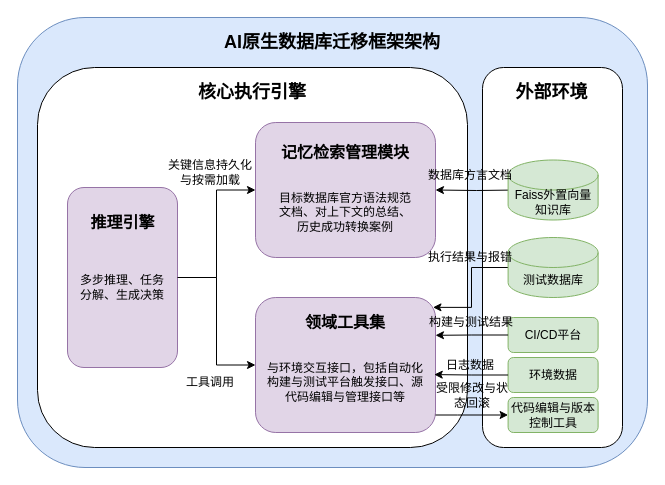
This is drawioFile/ai原生智能体框架架构.drawio from Olive-2019/drawio-source, a draw.io file, before an edit. Source tidied: cells renumbered, new cells numbered last; positions are measured from the earlier drawing's top-left corner, leaving out a move shared by most shapes. Both pictures are drawn from the tidied source at 100%, with x=0, y=0 at pixel (17, 17).
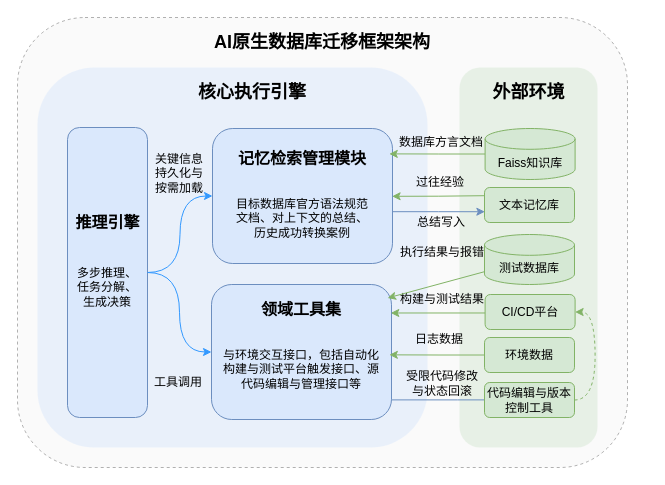
The same page after the edit.

Commit message:
更新ai原生智能体框架架构.drawio

The edit, as a diff of the source:
```diff
@@
-    <mxCell id="2" style="rounded=1;whiteSpace=wrap;html=1;fillColor=#dae8fc;strokeColor=#6c8ebf;" parent="1" vertex="1">
-      <mxGeometry width="630" height="450" as="geometry" />
+    <mxCell id="2" style="rounded=1;whiteSpace=wrap;html=1;fillColor=#f5f5f5;strokeColor=#666666;opacity=50;dashed=1;fontColor=#333333;" parent="1" vertex="1">
+      <mxGeometry width="610" height="450" as="geometry" />
     </mxCell>
-    <mxCell id="3" style="rounded=1;whiteSpace=wrap;html=1;" parent="1" vertex="1">
-      <mxGeometry x="20" y="50" width="430" height="380" as="geometry" />
+    <mxCell id="3" style="rounded=1;whiteSpace=wrap;html=1;fillColor=#dae8fc;strokeColor=none;opacity=50;" parent="1" vertex="1">
+      <mxGeometry x="20" y="50" width="390" height="380" as="geometry" />
     </mxCell>
@@
-    <mxCell id="5" style="edgeStyle=orthogonalEdgeStyle;rounded=0;jettySize=auto;html=1;entryX=0;entryY=0.5;entryDx=0;entryDy=0;" parent="1" edge="1" source="6" target="12">
+    <mxCell id="5" style="edgeStyle=orthogonalEdgeStyle;rounded=0;jettySize=auto;html=1;entryX=0;entryY=0.5;entryDx=0;entryDy=0;strokeColor=#3399FF;curved=1;" parent="1" edge="1" source="6" target="12">
       <mxGeometry relative="1" as="geometry" />
     </mxCell>
-    <mxCell id="6" style="rounded=1;whiteSpace=wrap;html=1;fillColor=#e1d5e7;strokeColor=#9673a6;" parent="1" vertex="1">
-      <mxGeometry x="50" y="170" width="110" height="180" as="geometry" />
+    <mxCell id="6" style="rounded=1;whiteSpace=wrap;html=1;fillColor=#dae8fc;strokeColor=#6c8ebf;" parent="1" vertex="1">
+      <mxGeometry x="50" y="110" width="80" height="290" as="geometry" />
     </mxCell>
     <mxCell id="7" value="推理引擎" style="text;html=1;whiteSpace=wrap;strokeColor=none;fillColor=none;align=center;verticalAlign=middle;rounded=0;fontSize=16;fontStyle=1;" parent="1" vertex="1">
-      <mxGeometry x="62.5" y="190" width="85" height="30" as="geometry" />
+      <mxGeometry x="47.5" y="190" width="85" height="30" as="geometry" />
     </mxCell>
     <mxCell id="8" value="多步推理、任务分解、生成决策" style="text;html=1;whiteSpace=wrap;strokeColor=none;fillColor=none;align=center;verticalAlign=middle;rounded=0;" parent="1" vertex="1">
-      <mxGeometry x="60" y="255" width="90" height="30" as="geometry" />
+      <mxGeometry x="55" y="255" width="70" height="30" as="geometry" />
     </mxCell>
-    <mxCell id="9" style="rounded=1;whiteSpace=wrap;html=1;fillColor=#e1d5e7;strokeColor=#9673a6;" parent="1" vertex="1">
-      <mxGeometry x="238" y="105" width="180" height="135" as="geometry" />
+    <mxCell id="9" style="rounded=1;whiteSpace=wrap;html=1;fillColor=#dae8fc;strokeColor=#6c8ebf;" parent="1" vertex="1">
+      <mxGeometry x="195" y="111" width="180" height="135" as="geometry" />
     </mxCell>
     <mxCell id="10" value="记忆检索管理模块" style="text;html=1;whiteSpace=wrap;strokeColor=none;fillColor=none;align=center;verticalAlign=middle;rounded=0;fontSize=16;fontStyle=1;" parent="1" vertex="1">
-      <mxGeometry x="263" y="120" width="130" height="30" as="geometry" />
+      <mxGeometry x="220" y="126" width="130" height="30" as="geometry" />
     </mxCell>
     <mxCell id="11" value="目标数据库官方语法规范文档、对上下文的总结、历史成功转换案例" style="text;html=1;whiteSpace=wrap;strokeColor=none;fillColor=none;align=center;verticalAlign=middle;rounded=0;" parent="1" vertex="1">
-      <mxGeometry x="258" y="180" width="140" height="30" as="geometry" />
+      <mxGeometry x="215" y="186" width="140" height="30" as="geometry" />
     </mxCell>
-    <mxCell id="12" style="rounded=1;whiteSpace=wrap;html=1;fillColor=#e1d5e7;strokeColor=#9673a6;" parent="1" vertex="1">
-      <mxGeometry x="238" y="280" width="180" height="135" as="geometry" />
+    <mxCell id="12" style="rounded=1;whiteSpace=wrap;html=1;fillColor=#dae8fc;strokeColor=#6c8ebf;" parent="1" vertex="1">
+      <mxGeometry x="194" y="267" width="180" height="135" as="geometry" />
     </mxCell>
     <mxCell id="13" value="领域工具集" style="text;html=1;whiteSpace=wrap;strokeColor=none;fillColor=none;align=center;verticalAlign=middle;rounded=0;fontSize=16;fontStyle=1;" parent="1" vertex="1">
-      <mxGeometry x="278" y="290" width="100" height="30" as="geometry" />
+      <mxGeometry x="234" y="277" width="100" height="30" as="geometry" />
     </mxCell>
     <mxCell id="14" value="与环境交互接口，包括自动化构建与测试平台触发接口、源代码编辑与管理接口等" style="text;html=1;whiteSpace=wrap;strokeColor=none;fillColor=none;align=center;verticalAlign=middle;rounded=0;" parent="1" vertex="1">
-      <mxGeometry x="248" y="350" width="160" height="30" as="geometry" />
+      <mxGeometry x="204" y="337" width="160" height="30" as="geometry" />
     </mxCell>
-    <mxCell id="15" style="endArrow=classic;html=1;rounded=0;exitX=1;exitY=0.5;exitDx=0;exitDy=0;edgeStyle=orthogonalEdgeStyle;" parent="1" edge="1" source="6" target="9">
+    <mxCell id="15" style="endArrow=classic;html=1;rounded=0;exitX=1;exitY=0.5;exitDx=0;exitDy=0;edgeStyle=orthogonalEdgeStyle;strokeColor=#3399FF;curved=1;" parent="1" edge="1" source="6" target="9">
       <mxGeometry relative="1" as="geometry" />
     </mxCell>
     <mxCell id="16" value="关键信息持久化与按需加载" style="text;html=1;whiteSpace=wrap;strokeColor=none;fillColor=none;align=center;verticalAlign=middle;rounded=0;" parent="1" vertex="1">
-      <mxGeometry x="148" y="140" width="90" height="30" as="geometry" />
+      <mxGeometry x="132.5" y="142.5" width="57.5" height="27.5" as="geometry" />
     </mxCell>
     <mxCell id="17" value="工具调用" style="text;html=1;whiteSpace=wrap;strokeColor=none;fillColor=none;align=center;verticalAlign=middle;rounded=0;" parent="1" vertex="1">
-      <mxGeometry x="148" y="350" width="90" height="30" as="geometry" />
+      <mxGeometry x="134.4" y="350" width="53.8" height="30" as="geometry" />
     </mxCell>
-    <mxCell id="18" style="rounded=1;whiteSpace=wrap;html=1;" parent="1" vertex="1">
-      <mxGeometry x="465" y="50" width="140" height="380" as="geometry" />
+    <mxCell id="18" style="rounded=1;whiteSpace=wrap;html=1;strokeColor=none;fillColor=#d5e8d4;opacity=50;" parent="1" vertex="1">
+      <mxGeometry x="442" y="50" width="138" height="380" as="geometry" />
     </mxCell>
     <mxCell id="19" value="外部环境" style="text;html=1;whiteSpace=wrap;strokeColor=none;fillColor=none;align=center;verticalAlign=middle;rounded=0;fontSize=18;fontStyle=1;" parent="1" vertex="1">
-      <mxGeometry x="470.3" y="60" width="129.4" height="30" as="geometry" />
+      <mxGeometry x="447.3" y="60" width="129.4" height="30" as="geometry" />
     </mxCell>
-    <mxCell id="20" style="edgeStyle=orthogonalEdgeStyle;rounded=0;jettySize=auto;html=1;" parent="1" edge="1" target="9">
-      <mxGeometry relative="1" as="geometry">
-        <mxPoint x="500" y="172.5" as="sourcePoint" />
-      </mxGeometry>
-    </mxCell>
-    <mxCell id="21" style="edgeStyle=orthogonalEdgeStyle;rounded=0;jettySize=auto;html=1;entryX=0.986;entryY=0.073;entryDx=0;entryDy=0;entryPerimeter=0;" parent="1" edge="1" source="22" target="12">
-      <mxGeometry relative="1" as="geometry">
-        <Array as="points">
-          <mxPoint x="454" y="250" />
-          <mxPoint x="454" y="290" />
-        </Array>
-      </mxGeometry>
-    </mxCell>
-    <mxCell id="22" value="测试数据库" style="shape=cylinder3;whiteSpace=wrap;html=1;boundedLbl=1;backgroundOutline=1;size=15;fillColor=#d5e8d4;strokeColor=#82b366;" parent="1" vertex="1">
-      <mxGeometry x="490.6" y="220" width="90" height="60" as="geometry" />
+    <mxCell id="22" value="测试数据库" style="shape=cylinder3;whiteSpace=wrap;html=1;boundedLbl=1;backgroundOutline=1;size=10.400000000000034;fillColor=#d5e8d4;strokeColor=#82b366;" parent="1" vertex="1">
+      <mxGeometry x="467" y="217" width="90" height="50" as="geometry" />
     </mxCell>
     <mxCell id="23" value="CI/CD平台" style="rounded=1;whiteSpace=wrap;html=1;fillColor=#d5e8d4;strokeColor=#82b366;" parent="1" vertex="1">
-      <mxGeometry x="490.6" y="300" width="90" height="35" as="geometry" />
+      <mxGeometry x="467.6" y="277" width="90" height="35" as="geometry" />
     </mxCell>
-    <mxCell id="24" style="edgeStyle=orthogonalEdgeStyle;rounded=0;jettySize=auto;html=1;startArrow=classic;startFill=1;endArrow=none;endFill=0;" parent="1" edge="1" source="25" target="12">
+    <mxCell id="24" style="edgeStyle=orthogonalEdgeStyle;rounded=0;orthogonalLoop=1;jettySize=auto;html=1;startArrow=classic;startFill=1;endArrow=none;endFill=0;fillColor=#dae8fc;strokeColor=#6c8ebf;" parent="1" edge="1">
       <mxGeometry relative="1" as="geometry">
+        <mxPoint x="490" y="382.4" as="sourcePoint" />
+        <mxPoint x="374" y="382.4" as="targetPoint" />
         <Array as="points">
-          <mxPoint x="440" y="398" />
-          <mxPoint x="440" y="398" />
+          <mxPoint x="440" y="382.4" />
+          <mxPoint x="440" y="382.4" />
         </Array>
       </mxGeometry>
     </mxCell>
+    <mxCell id="36" style="edgeStyle=orthogonalEdgeStyle;rounded=0;jettySize=auto;html=1;entryX=1;entryY=0.5;entryDx=0;entryDy=0;curved=1;exitX=1;exitY=0.5;exitDx=0;exitDy=0;fillColor=#d5e8d4;strokeColor=#82b366;dashed=1;" parent="1" edge="1" source="25" target="23">
+      <mxGeometry relative="1" as="geometry" />
+    </mxCell>
     <mxCell id="25" value="代码编辑与版本控制工具" style="rounded=1;whiteSpace=wrap;html=1;fillColor=#d5e8d4;strokeColor=#82b366;" parent="1" vertex="1">
-      <mxGeometry x="490.6" y="380" width="90" height="35" as="geometry" />
+      <mxGeometry x="467" y="365" width="90" height="35" as="geometry" />
     </mxCell>
     <mxCell id="26" value="环境数据" style="rounded=1;whiteSpace=wrap;html=1;fillColor=#d5e8d4;strokeColor=#82b366;" parent="1" vertex="1">
-      <mxGeometry x="490.6" y="340" width="90" height="35" as="geometry" />
+      <mxGeometry x="467" y="320" width="90" height="35" as="geometry" />
     </mxCell>
-    <mxCell id="27" value="Faiss外置向量知识库" style="shape=cylinder3;whiteSpace=wrap;html=1;boundedLbl=1;backgroundOutline=1;size=15;fillColor=#d5e8d4;strokeColor=#82b366;" parent="1" vertex="1">
-      <mxGeometry x="490.6" y="142.5" width="90" height="60" as="geometry" />
-    </mxCell>
-    <mxCell id="28" style="edgeStyle=orthogonalEdgeStyle;rounded=0;jettySize=auto;html=1;entryX=1;entryY=0.28;entryDx=0;entryDy=0;entryPerimeter=0;" parent="1" edge="1" source="23" target="12">
-      <mxGeometry relative="1" as="geometry" />
-    </mxCell>
-    <mxCell id="29" style="edgeStyle=orthogonalEdgeStyle;rounded=0;jettySize=auto;html=1;entryX=0.993;entryY=0.571;entryDx=0;entryDy=0;entryPerimeter=0;" parent="1" edge="1" source="26" target="12">
+    <mxCell id="29" style="edgeStyle=orthogonalEdgeStyle;rounded=0;jettySize=auto;html=1;entryX=0.988;entryY=0.521;entryDx=0;entryDy=0;entryPerimeter=0;fillColor=#d5e8d4;strokeColor=#82b366;" parent="1" edge="1" source="26" target="12">
       <mxGeometry relative="1" as="geometry" />
     </mxCell>
     <mxCell id="30" value="数据库方言文档" style="text;html=1;whiteSpace=wrap;strokeColor=none;fillColor=none;align=center;verticalAlign=middle;rounded=0;" parent="1" vertex="1">
-      <mxGeometry x="398" y="142.5" width="110" height="30" as="geometry" />
+      <mxGeometry x="379" y="110" width="90" height="30" as="geometry" />
     </mxCell>
     <mxCell id="31" value="执行结果与报错" style="text;html=1;whiteSpace=wrap;strokeColor=none;fillColor=none;align=center;verticalAlign=middle;rounded=0;" parent="1" vertex="1">
-      <mxGeometry x="398" y="225" width="110" height="30" as="geometry" />
+      <mxGeometry x="370" y="220" width="110" height="30" as="geometry" />
     </mxCell>
     <mxCell id="32" value="构建与测试结果" style="text;html=1;whiteSpace=wrap;strokeColor=none;fillColor=none;align=center;verticalAlign=middle;rounded=0;" parent="1" vertex="1">
-      <mxGeometry x="408" y="290" width="92" height="30" as="geometry" />
+      <mxGeometry x="379" y="267" width="92" height="30" as="geometry" />
     </mxCell>
     <mxCell id="33" value="日志数据" style="text;html=1;whiteSpace=wrap;strokeColor=none;fillColor=none;align=center;verticalAlign=middle;rounded=0;" parent="1" vertex="1">
-      <mxGeometry x="416" y="332.5" width="74" height="30" as="geometry" />
+      <mxGeometry x="385" y="307" width="74" height="30" as="geometry" />
     </mxCell>
-    <mxCell id="34" value="受限修改与状态回滚" style="text;html=1;whiteSpace=wrap;strokeColor=none;fillColor=none;align=center;verticalAlign=middle;rounded=0;" parent="1" vertex="1">
-      <mxGeometry x="418" y="362.5" width="74" height="30" as="geometry" />
+    <mxCell id="34" value="受限代码修改与状态回滚" style="text;html=1;whiteSpace=wrap;strokeColor=none;fillColor=none;align=center;verticalAlign=middle;rounded=0;" parent="1" vertex="1">
+      <mxGeometry x="386" y="351" width="77.5" height="30" as="geometry" />
     </mxCell>
     <mxCell id="35" value="AI原生数据库迁移框架架构" style="text;html=1;whiteSpace=wrap;strokeColor=none;fillColor=none;align=center;verticalAlign=middle;rounded=0;fontSize=18;fontStyle=1;" parent="1" vertex="1">
-      <mxGeometry x="175" y="10" width="280" height="30" as="geometry" />
+      <mxGeometry x="165" y="10" width="280" height="30" as="geometry" />
     </mxCell>
+    <mxCell id="21" style="rounded=0;jettySize=auto;html=1;entryX=0.978;entryY=0.1;entryDx=0;entryDy=0;entryPerimeter=0;fillColor=#d5e8d4;strokeColor=#82b366;" parent="1" edge="1" source="22" target="12">
+      <mxGeometry relative="1" as="geometry" />
+    </mxCell>
+    <mxCell id="28" style="edgeStyle=orthogonalEdgeStyle;rounded=0;jettySize=auto;html=1;entryX=0.996;entryY=0.211;entryDx=0;entryDy=0;entryPerimeter=0;fillColor=#d5e8d4;strokeColor=#82b366;" parent="1" edge="1" source="23" target="12">
+      <mxGeometry relative="1" as="geometry">
+        <Array as="points">
+          <mxPoint x="373" y="295" />
+        </Array>
+      </mxGeometry>
+    </mxCell>
+    <mxCell id="37" value="Faiss知识库" style="shape=cylinder3;whiteSpace=wrap;html=1;boundedLbl=1;backgroundOutline=1;size=10.400000000000034;fillColor=#d5e8d4;strokeColor=#82b366;" parent="1" vertex="1">
+      <mxGeometry x="467.6" y="111" width="90" height="51" as="geometry" />
+    </mxCell>
+    <mxCell id="38" value="文本记忆库" style="rounded=1;whiteSpace=wrap;html=1;fillColor=#d5e8d4;strokeColor=#82b366;" parent="1" vertex="1">
+      <mxGeometry x="467" y="170" width="90" height="35" as="geometry" />
+    </mxCell>
+    <mxCell id="39" style="edgeStyle=orthogonalEdgeStyle;rounded=0;jettySize=auto;html=1;entryX=0.982;entryY=0.188;entryDx=0;entryDy=0;entryPerimeter=0;fillColor=#d5e8d4;strokeColor=#82b366;" parent="1" edge="1" source="37" target="9">
+      <mxGeometry relative="1" as="geometry" />
+    </mxCell>
+    <mxCell id="40" style="edgeStyle=orthogonalEdgeStyle;rounded=0;orthogonalLoop=1;jettySize=auto;html=1;entryX=0.998;entryY=0.571;entryDx=0;entryDy=0;entryPerimeter=0;fillColor=#d5e8d4;strokeColor=#82b366;" parent="1" edge="1">
+      <mxGeometry relative="1" as="geometry">
+        <mxPoint x="467" y="178.2" as="sourcePoint" />
+        <mxPoint x="374.6" y="178.8" as="targetPoint" />
+      </mxGeometry>
+    </mxCell>
+    <mxCell id="41" style="edgeStyle=orthogonalEdgeStyle;rounded=0;jettySize=auto;html=1;entryX=0.004;entryY=0.692;entryDx=0;entryDy=0;entryPerimeter=0;fillColor=#dae8fc;strokeColor=#6c8ebf;" parent="1" edge="1" source="9" target="38">
+      <mxGeometry relative="1" as="geometry">
+        <Array as="points">
+          <mxPoint x="421" y="194" />
+        </Array>
+      </mxGeometry>
+    </mxCell>
+    <mxCell id="42" value="过往经验" style="text;html=1;whiteSpace=wrap;strokeColor=none;fillColor=none;align=center;verticalAlign=middle;rounded=0;" parent="1" vertex="1">
+      <mxGeometry x="377.6" y="150" width="90" height="30" as="geometry" />
+    </mxCell>
+    <mxCell id="43" value="总结写入" style="text;html=1;whiteSpace=wrap;strokeColor=none;fillColor=none;align=center;verticalAlign=middle;rounded=0;" parent="1" vertex="1">
+      <mxGeometry x="379" y="190" width="90" height="30" as="geometry" />
+    </mxCell>
```
